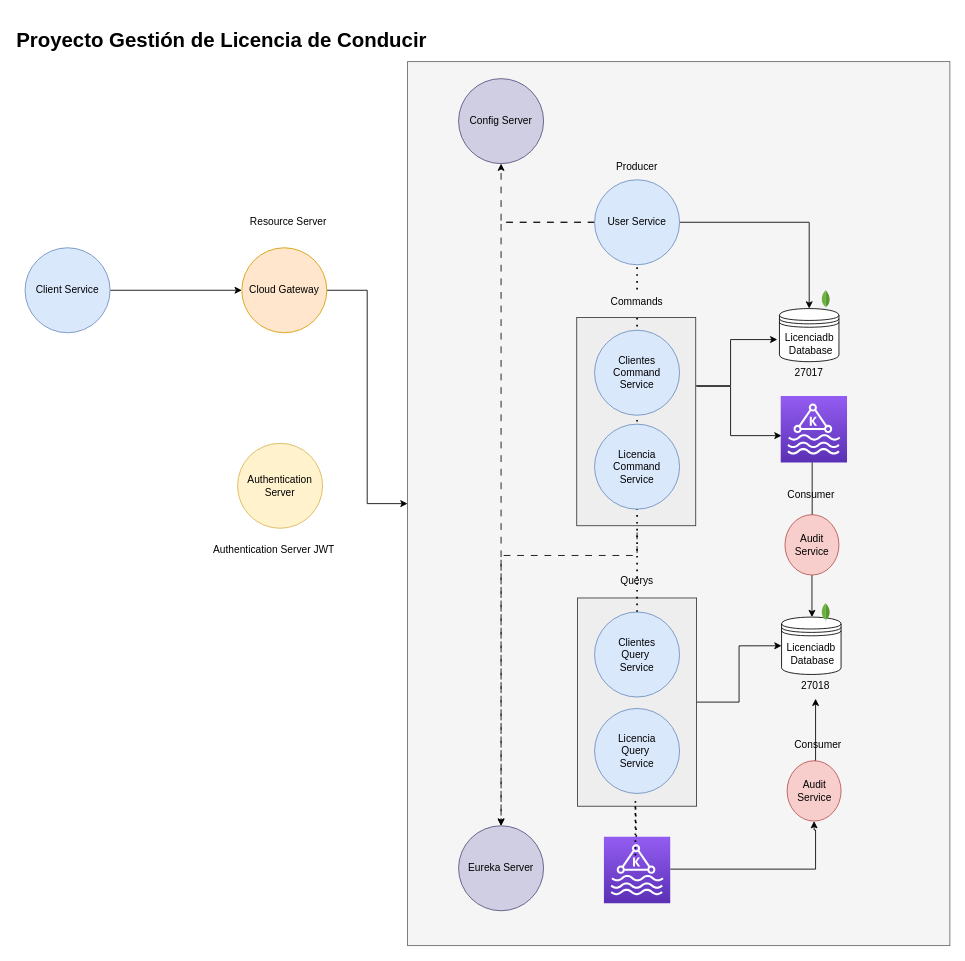
Earlier version of the draw.io diagram Arquitectura Proyecto - Licencia Conducir.drawio (hjara/mscloud-mito). Source tidied: cells renumbered, new cells numbered last; positions are measured from the earlier drawing's top-left corner, leaving out a move shared by most shapes. Both pictures are drawn from the tidied source at 85%, with x=0, y=0 at pixel (14, 27).
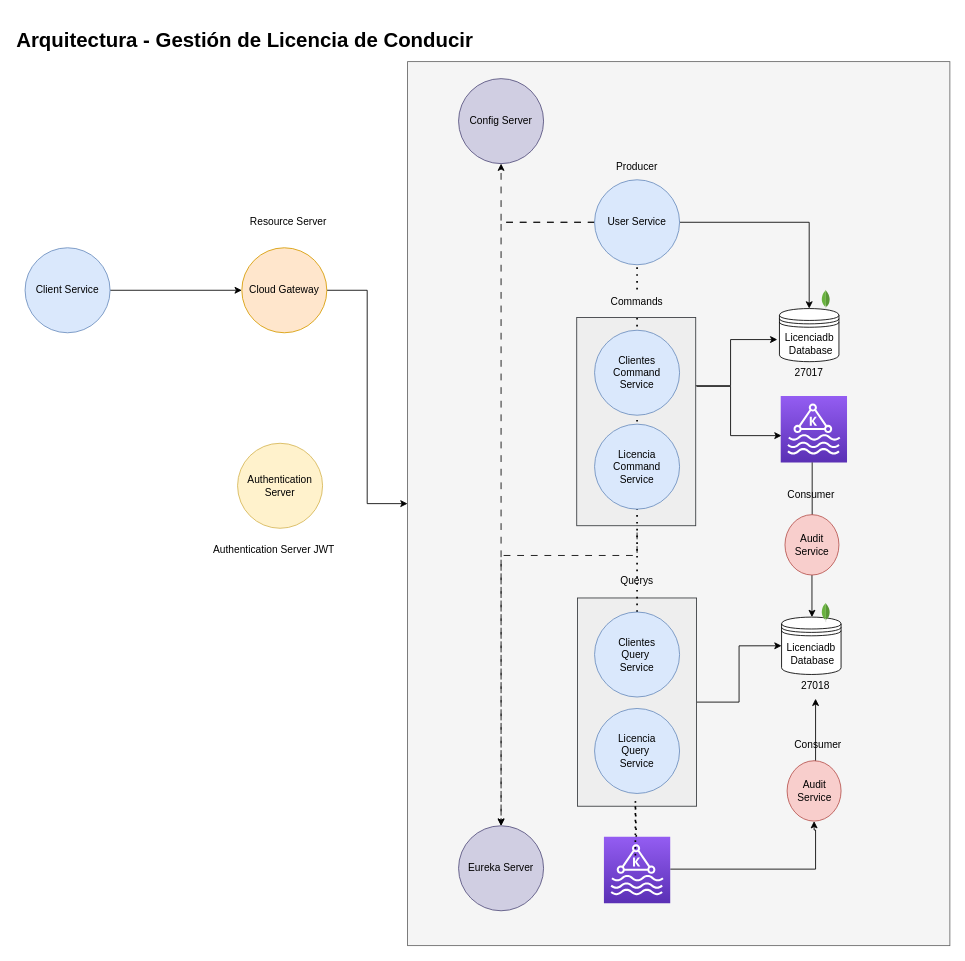
Above is the later version.

Change to the diagram source:
```diff
@@
-    <mxCell id="25" value="&lt;h1&gt;Proyecto Gestión de Licencia de Conducir&lt;/h1&gt;" style="text;html=1;strokeColor=none;fillColor=none;align=left;verticalAlign=middle;whiteSpace=wrap;rounded=0;" parent="1" vertex="1">
+    <mxCell id="25" value="&lt;h1&gt;Arquitectura - Gestión de Licencia de Conducir&lt;/h1&gt;" style="text;html=1;strokeColor=none;fillColor=none;align=left;verticalAlign=middle;whiteSpace=wrap;rounded=0;" parent="1" vertex="1">
       <mxGeometry width="790" height="30" as="geometry" />
     </mxCell>
```
